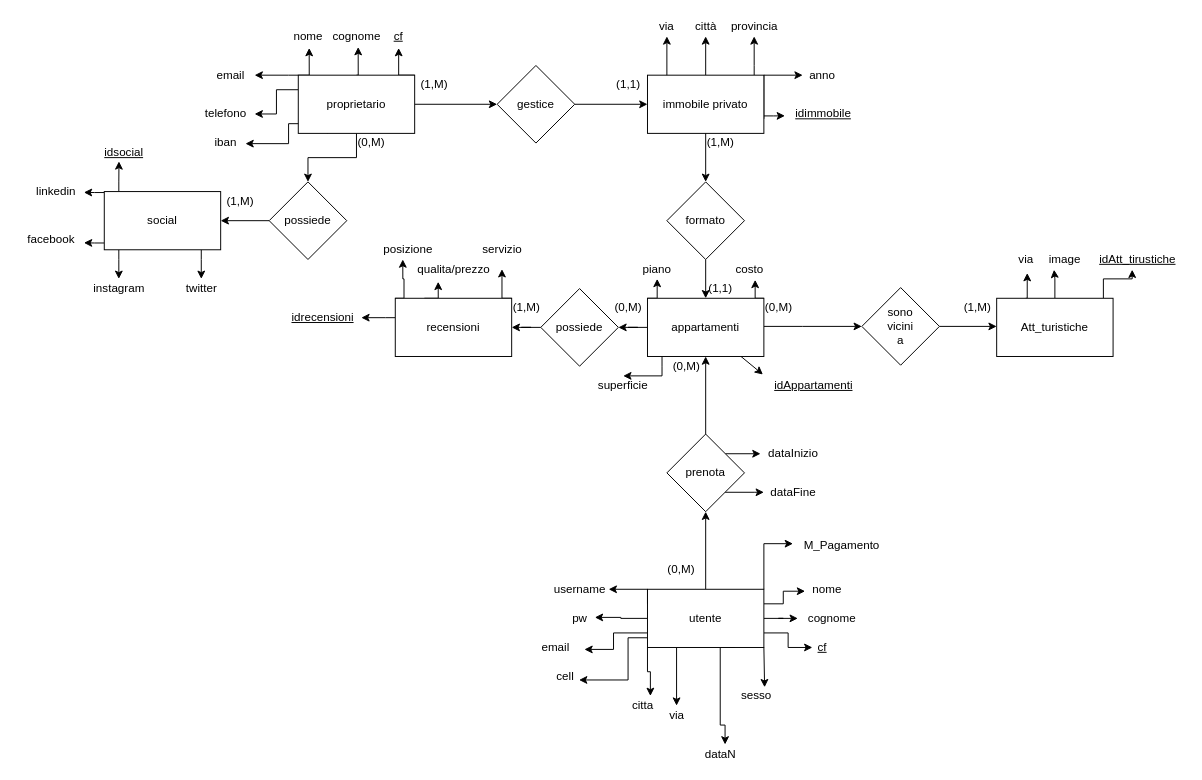
Earlier version of the draw.io diagram schema er.drawio (MrPinko/Esame-affitti). Source tidied: cells renumbered, new cells numbered last; positions are measured from the earlier drawing's top-left corner, leaving out a move shared by most shapes. Both pictures are drawn from the tidied source at 97%, with x=0, y=0 at pixel (16, 16).
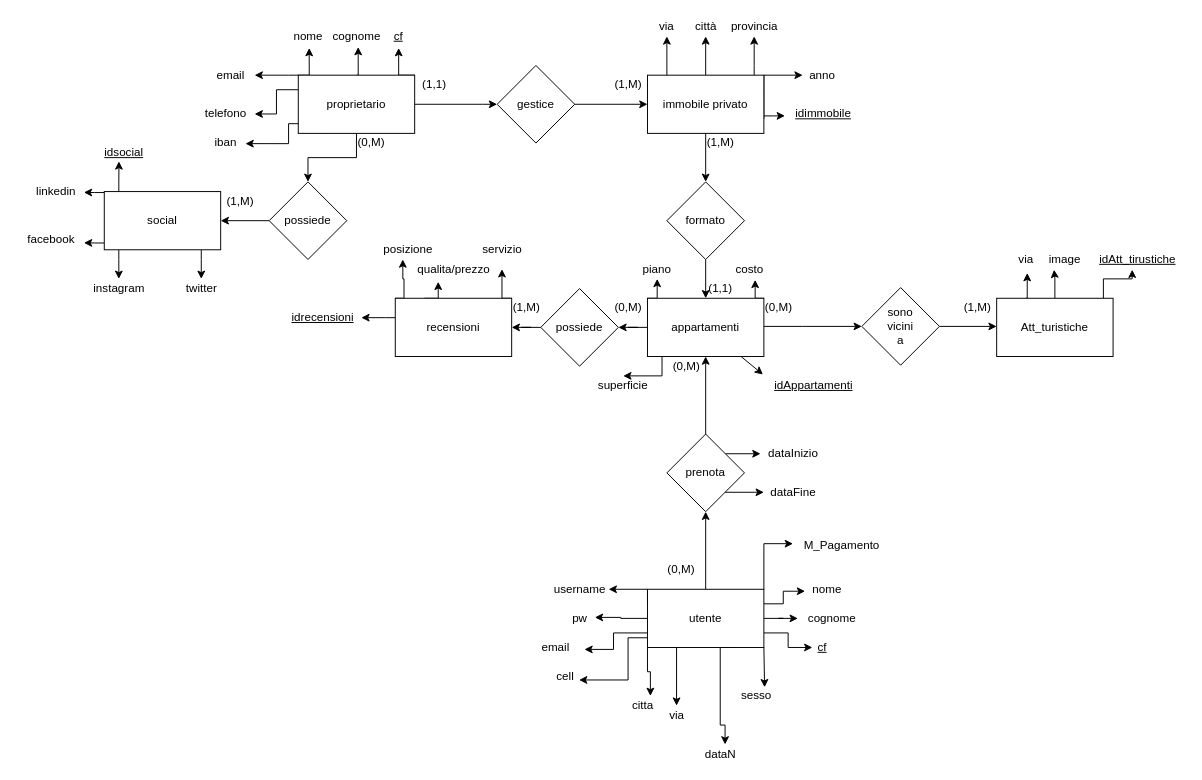
The same page after the edit.

The change refers to these unchanged cells:
```xml
<mxCell id="31" value="gestice" style="rhombus;whiteSpace=wrap;html=1;rounded=0;" parent="1" vertex="1">
  <mxGeometry x="495" y="50" width="80" height="80" as="geometry" />
</mxCell>
<mxCell id="40" value="proprietario" style="whiteSpace=wrap;html=1;rounded=0;" parent="1" vertex="1">
  <mxGeometry x="290" y="60" width="120" height="60" as="geometry" />
</mxCell>
```

Diff of the diagram source:
```diff
@@
     <mxCell id="38" style="edgeStyle=orthogonalEdgeStyle;rounded=0;jettySize=auto;html=1;" parent="1" edge="1" source="40" target="31">
-      <mxGeometry relative="1" as="geometry" />
+      <mxGeometry relative="1" as="geometry">
+        <Array as="points">
+          <mxPoint x="480" y="90" />
+          <mxPoint x="480" y="90" />
+        </Array>
+      </mxGeometry>
     </mxCell>
@@
-    <mxCell id="98" value="(1,M)" style="text;html=1;align=center;verticalAlign=middle;strokeColor=none;" parent="1" vertex="1">
+    <mxCell id="98" value="(1,1)" style="text;html=1;align=center;verticalAlign=middle;strokeColor=none;" parent="1" vertex="1">
       <mxGeometry x="410" y="60" width="40" height="20" as="geometry" />
     </mxCell>
-    <mxCell id="99" value="(1,1)" style="text;html=1;align=center;verticalAlign=middle;strokeColor=none;" parent="1" vertex="1">
+    <mxCell id="99" value="(1,M)" style="text;html=1;align=center;verticalAlign=middle;strokeColor=none;" parent="1" vertex="1">
       <mxGeometry x="610" y="60" width="40" height="20" as="geometry" />
     </mxCell>
```
